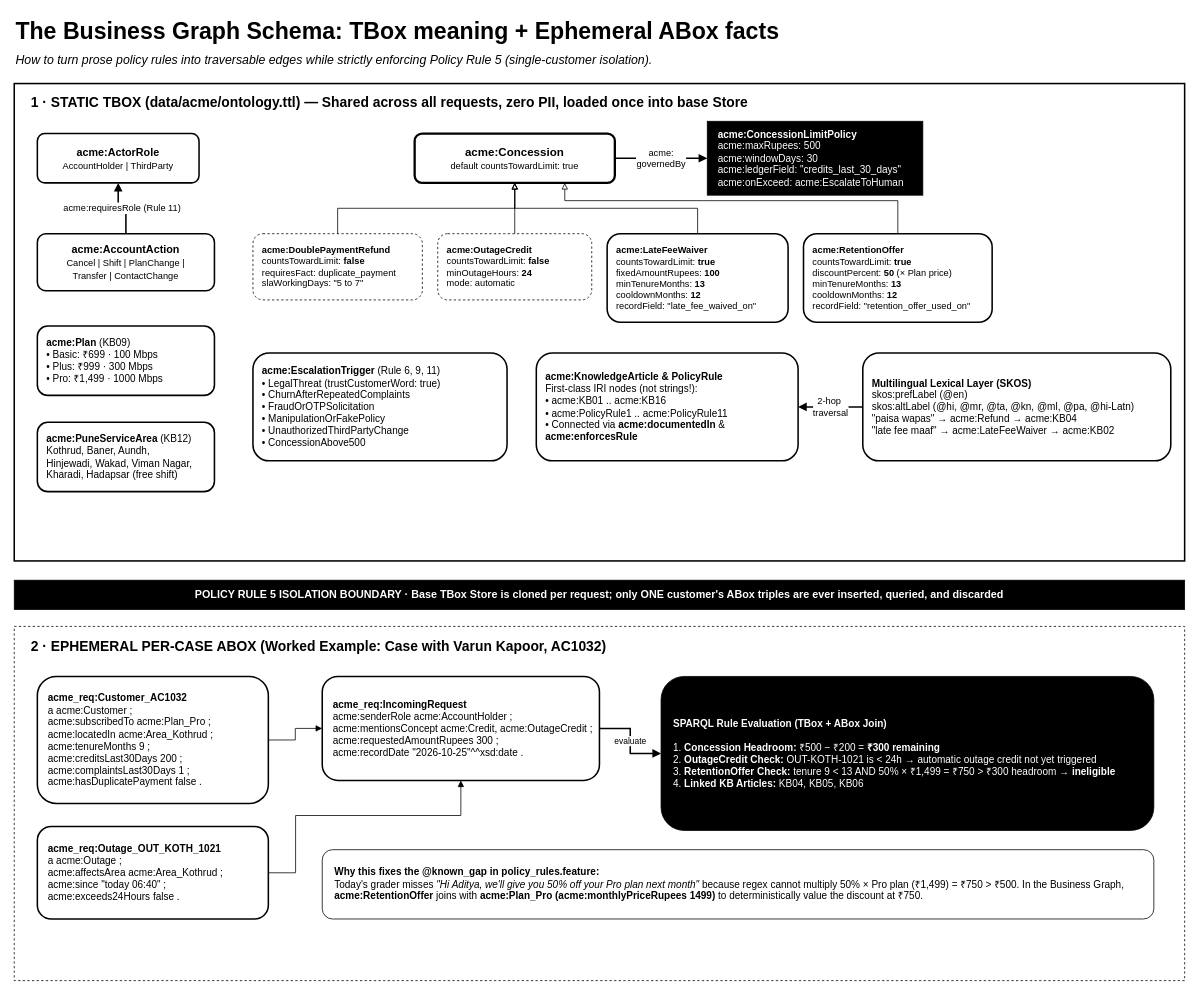
The draw.io diagram page "2 · Business graph schema (as built)" (2 of 5) of fde-first-principles/1-measure-before-you-believe/08-agent-loop-from-scratch/business-graph-engine-plan.drawio in raj-champaneriya-ibm/continuous-learning, before the edit. Source tidied: cells renumbered, new cells numbered last; positions are measured from the earlier drawing's top-left corner, leaving out a move shared by most shapes. Both pictures are drawn from the tidied source at 77%, with x=0, y=0 at pixel (14, 13).
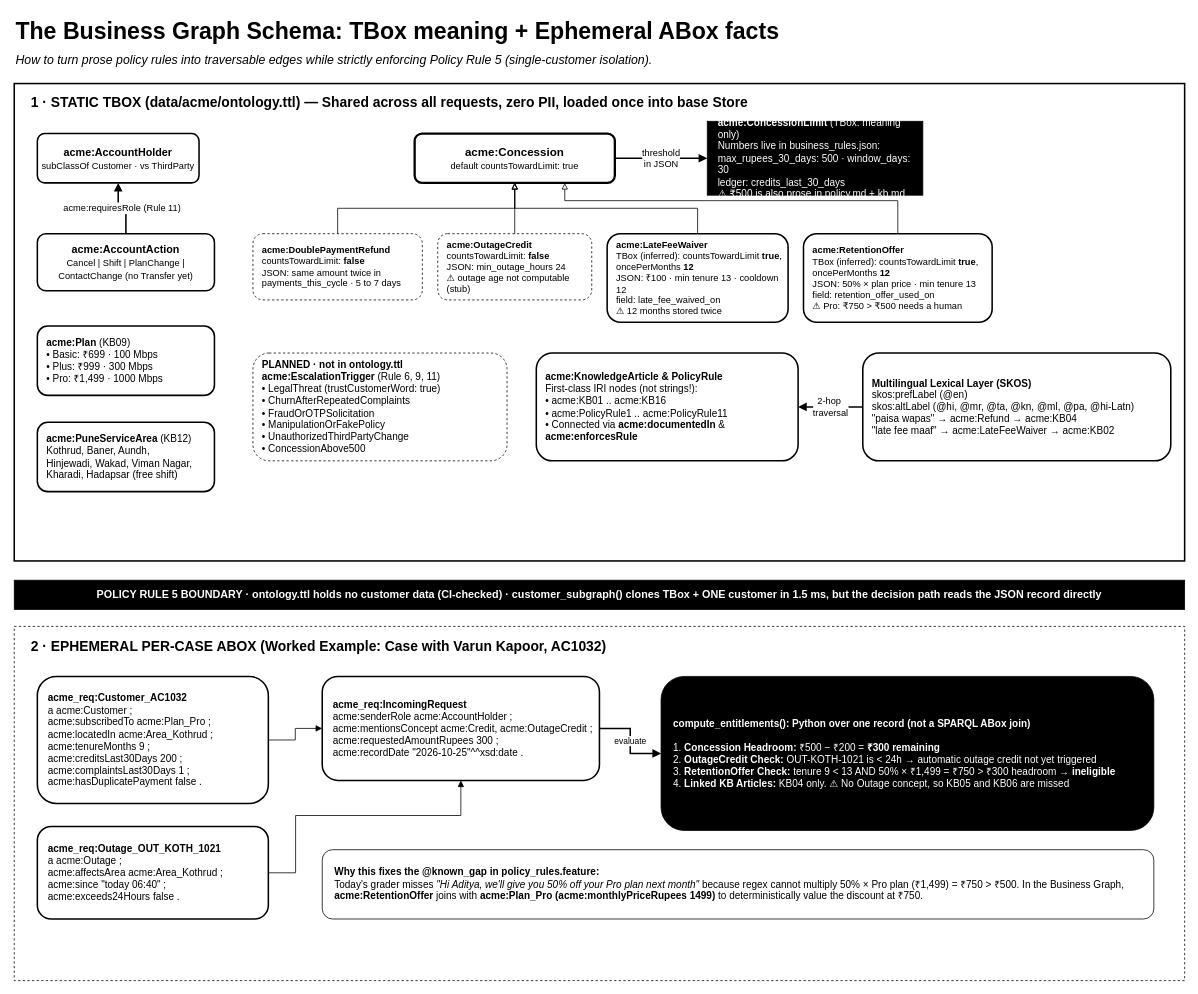
Above is the later version.

Commit message (it also covers changes not shown here):
Refactor policy evaluation logic to improve headroom handling and add double payment refund scenarios

Unchanged cells that the change refers to:
```xml
<mxCell id="11" value="acme:Concession&lt;br&gt;&lt;font style=&quot;font-weight:normal;font-size:12px&quot;&gt;default countsTowardLimit: true&lt;/font&gt;" style="rounded=1;whiteSpace=wrap;html=1;fontFamily=Helvetica;fontSize=15;fontStyle=1;fillColor=#FFFFFF;strokeColor=#000000;strokeWidth=3;fontColor=#000000;" parent="1" vertex="1">
  <mxGeometry x="520" y="156" width="260" height="64" as="geometry" />
</mxCell>
```

Diff of the diagram source:
```diff
@@
-    <mxCell id="6" value="acme:ActorRole&lt;br&gt;&lt;font style=&quot;font-weight:normal;font-size:12px&quot;&gt;AccountHolder | ThirdParty&lt;/font&gt;" style="rounded=1;whiteSpace=wrap;html=1;fontFamily=Helvetica;fontSize=14;fontStyle=1;fillColor=#FFFFFF;strokeColor=#000000;strokeWidth=2;fontColor=#000000;" parent="1" vertex="1">
+    <mxCell id="6" value="acme:AccountHolder&lt;br&gt;&lt;font style=&quot;font-weight:normal;font-size:12px&quot;&gt;subClassOf Customer · vs ThirdParty&lt;/font&gt;" style="rounded=1;whiteSpace=wrap;html=1;fontFamily=Helvetica;fontSize=14;fontStyle=1;fillColor=#FFFFFF;strokeColor=#000000;strokeWidth=2;fontColor=#000000;" parent="1" vertex="1">
       <mxGeometry x="30" y="156" width="210" height="64" as="geometry" />
     </mxCell>
-    <mxCell id="7" value="acme:AccountAction&lt;br&gt;&lt;font style=&quot;font-weight:normal;font-size:12px&quot;&gt;Cancel | Shift | PlanChange |&lt;br&gt;Transfer | ContactChange&lt;/font&gt;" style="rounded=1;whiteSpace=wrap;html=1;fontFamily=Helvetica;fontSize=14;fontStyle=1;fillColor=#FFFFFF;strokeColor=#000000;strokeWidth=2;fontColor=#000000;" parent="1" vertex="1">
+    <mxCell id="7" value="acme:AccountAction&lt;br&gt;&lt;font style=&quot;font-weight:normal;font-size:12px&quot;&gt;Cancel | Shift | PlanChange |&lt;br&gt;ContactChange (no Transfer yet)&lt;/font&gt;" style="rounded=1;whiteSpace=wrap;html=1;fontFamily=Helvetica;fontSize=14;fontStyle=1;fillColor=#FFFFFF;strokeColor=#000000;strokeWidth=2;fontColor=#000000;" parent="1" vertex="1">
       <mxGeometry x="30" y="286" width="230" height="74" as="geometry" />
     </mxCell>
@@
-    <mxCell id="12" value="&lt;b&gt;acme:ConcessionLimitPolicy&lt;/b&gt;&lt;br&gt;acme:maxRupees: 500&lt;br&gt;acme:windowDays: 30&lt;br&gt;acme:ledgerField: &quot;credits_last_30_days&quot;&lt;br&gt;acme:onExceed: acme:EscalateToHuman" style="rounded=0;whiteSpace=wrap;html=1;fontFamily=Helvetica;fontSize=13;fillColor=#000000;strokeColor=#000000;fontColor=#FFFFFF;align=left;spacingLeft=12;" parent="1" vertex="1">
+    <mxCell id="12" value="&lt;b&gt;acme:ConcessionLimit&lt;/b&gt; (TBox: meaning only)&lt;br&gt;Numbers live in business_rules.json:&lt;br&gt;max_rupees_30_days: 500 · window_days: 30&lt;br&gt;ledger: credits_last_30_days&lt;br&gt;⚠ ₹500 is also prose in policy.md + kb.md" style="rounded=0;whiteSpace=wrap;html=1;fontFamily=Helvetica;fontSize=13;fillColor=#000000;strokeColor=#000000;fontColor=#FFFFFF;align=left;spacingLeft=12;" parent="1" vertex="1">
       <mxGeometry x="900" y="140" width="280" height="96" as="geometry" />
     </mxCell>
-    <mxCell id="13" value="acme:&lt;div&gt;governedBy&lt;/div&gt;" style="edgeStyle=orthogonalEdgeStyle;rounded=0;html=1;strokeColor=#000000;strokeWidth=2;endArrow=block;endFill=1;fontFamily=Helvetica;fontSize=12;labelBackgroundColor=#FFFFFF;" parent="1" edge="1" source="11" target="12">
+    <mxCell id="13" value="threshold&lt;div&gt;in JSON&lt;/div&gt;" style="edgeStyle=orthogonalEdgeStyle;rounded=0;html=1;strokeColor=#000000;strokeWidth=2;endArrow=block;endFill=1;fontFamily=Helvetica;fontSize=12;labelBackgroundColor=#FFFFFF;" parent="1" edge="1" source="11" target="12">
       <mxGeometry relative="1" as="geometry" />
     </mxCell>
-    <mxCell id="14" value="&lt;b&gt;acme:DoublePaymentRefund&lt;/b&gt;&lt;br&gt;countsTowardLimit: &lt;b&gt;false&lt;/b&gt;&lt;br&gt;requiresFact: duplicate_payment&lt;br&gt;slaWorkingDays: &quot;5 to 7&quot;" style="rounded=1;whiteSpace=wrap;html=1;fontFamily=Helvetica;fontSize=12;fillColor=#FFFFFF;strokeColor=#000000;dashed=1;fontColor=#000000;align=left;spacingLeft=10;" parent="1" vertex="1">
+    <mxCell id="14" value="&lt;b&gt;acme:DoublePaymentRefund&lt;/b&gt;&lt;br&gt;countsTowardLimit: &lt;b&gt;false&lt;/b&gt;&lt;br&gt;JSON: same amount twice in&lt;br&gt;payments_this_cycle · 5 to 7 days" style="rounded=1;whiteSpace=wrap;html=1;fontFamily=Helvetica;fontSize=12;fillColor=#FFFFFF;strokeColor=#000000;dashed=1;fontColor=#000000;align=left;spacingLeft=10;" parent="1" vertex="1">
       <mxGeometry x="310" y="286" width="220" height="86" as="geometry" />
     </mxCell>
-    <mxCell id="15" value="&lt;b&gt;acme:OutageCredit&lt;/b&gt;&lt;br&gt;countsTowardLimit: &lt;b&gt;false&lt;/b&gt;&lt;br&gt;minOutageHours: &lt;b&gt;24&lt;/b&gt;&lt;br&gt;mode: automatic" style="rounded=1;whiteSpace=wrap;html=1;fontFamily=Helvetica;fontSize=12;fillColor=#FFFFFF;strokeColor=#000000;dashed=1;fontColor=#000000;align=left;spacingLeft=10;" parent="1" vertex="1">
+    <mxCell id="15" value="&lt;b&gt;acme:OutageCredit&lt;/b&gt;&lt;br&gt;countsTowardLimit: &lt;b&gt;false&lt;/b&gt;&lt;br&gt;JSON: min_outage_hours 24&lt;br&gt;⚠ outage age not computable (stub)" style="rounded=1;whiteSpace=wrap;html=1;fontFamily=Helvetica;fontSize=12;fillColor=#FFFFFF;strokeColor=#000000;dashed=1;fontColor=#000000;align=left;spacingLeft=10;" parent="1" vertex="1">
       <mxGeometry x="550" y="286" width="200" height="86" as="geometry" />
     </mxCell>
-    <mxCell id="16" value="&lt;b&gt;acme:LateFeeWaiver&lt;/b&gt;&lt;br&gt;countsTowardLimit: &lt;b&gt;true&lt;/b&gt;&lt;br&gt;fixedAmountRupees: &lt;b&gt;100&lt;/b&gt;&lt;br&gt;minTenureMonths: &lt;b&gt;13&lt;/b&gt;&lt;br&gt;cooldownMonths: &lt;b&gt;12&lt;/b&gt;&lt;br&gt;recordField: &quot;late_fee_waived_on&quot;" style="rounded=1;whiteSpace=wrap;html=1;fontFamily=Helvetica;fontSize=12;fillColor=#FFFFFF;strokeColor=#000000;strokeWidth=2;fontColor=#000000;align=left;spacingLeft=10;" parent="1" vertex="1">
+    <mxCell id="16" value="&lt;b&gt;acme:LateFeeWaiver&lt;/b&gt;&lt;br&gt;TBox (inferred): countsTowardLimit &lt;b&gt;true&lt;/b&gt;, oncePerMonths &lt;b&gt;12&lt;/b&gt;&lt;br&gt;JSON: ₹100 · min tenure 13 · cooldown 12&lt;br&gt;field: late_fee_waived_on&lt;br&gt;⚠ 12 months stored twice" style="rounded=1;whiteSpace=wrap;html=1;fontFamily=Helvetica;fontSize=12;fillColor=#FFFFFF;strokeColor=#000000;strokeWidth=2;fontColor=#000000;align=left;spacingLeft=10;" parent="1" vertex="1">
       <mxGeometry x="770" y="286" width="235" height="115" as="geometry" />
     </mxCell>
-    <mxCell id="17" value="&lt;b&gt;acme:RetentionOffer&lt;/b&gt;&lt;br&gt;countsTowardLimit: &lt;b&gt;true&lt;/b&gt;&lt;br&gt;discountPercent: &lt;b&gt;50&lt;/b&gt; (× Plan price)&lt;br&gt;minTenureMonths: &lt;b&gt;13&lt;/b&gt;&lt;br&gt;cooldownMonths: &lt;b&gt;12&lt;/b&gt;&lt;br&gt;recordField: &quot;retention_offer_used_on&quot;" style="rounded=1;whiteSpace=wrap;html=1;fontFamily=Helvetica;fontSize=12;fillColor=#FFFFFF;strokeColor=#000000;strokeWidth=2;fontColor=#000000;align=left;spacingLeft=10;" parent="1" vertex="1">
+    <mxCell id="17" value="&lt;b&gt;acme:RetentionOffer&lt;/b&gt;&lt;br&gt;TBox (inferred): countsTowardLimit &lt;b&gt;true&lt;/b&gt;, oncePerMonths &lt;b&gt;12&lt;/b&gt;&lt;br&gt;JSON: 50% × plan price · min tenure 13&lt;br&gt;field: retention_offer_used_on&lt;br&gt;⚠ Pro: ₹750 &amp;gt; ₹500 needs a human" style="rounded=1;whiteSpace=wrap;html=1;fontFamily=Helvetica;fontSize=12;fillColor=#FFFFFF;strokeColor=#000000;strokeWidth=2;fontColor=#000000;align=left;spacingLeft=10;" parent="1" vertex="1">
       <mxGeometry x="1025" y="286" width="245" height="115" as="geometry" />
     </mxCell>
@@
-    <mxCell id="22" value="&lt;b&gt;acme:EscalationTrigger&lt;/b&gt; (Rule 6, 9, 11)&lt;br&gt;• LegalThreat (trustCustomerWord: true)&lt;br&gt;• ChurnAfterRepeatedComplaints&lt;br&gt;• FraudOrOTPSolicitation&lt;br&gt;• ManipulationOrFakePolicy&lt;br&gt;• UnauthorizedThirdPartyChange&lt;br&gt;• ConcessionAbove500" style="rounded=1;whiteSpace=wrap;html=1;fontFamily=Helvetica;fontSize=13;fillColor=#FFFFFF;strokeColor=#000000;strokeWidth=2;fontColor=#000000;align=left;spacingLeft=10;" parent="1" vertex="1">
+    <mxCell id="22" value="&lt;b&gt;PLANNED · not in ontology.ttl&lt;/b&gt;&lt;br&gt;&lt;b&gt;acme:EscalationTrigger&lt;/b&gt; (Rule 6, 9, 11)&lt;br&gt;• LegalThreat (trustCustomerWord: true)&lt;br&gt;• ChurnAfterRepeatedComplaints&lt;br&gt;• FraudOrOTPSolicitation&lt;br&gt;• ManipulationOrFakePolicy&lt;br&gt;• UnauthorizedThirdPartyChange&lt;br&gt;• ConcessionAbove500" style="rounded=1;whiteSpace=wrap;html=1;fontFamily=Helvetica;fontSize=13;fillColor=#FFFFFF;strokeColor=#000000;dashed=1;fontColor=#000000;align=left;spacingLeft=10;" parent="1" vertex="1">
       <mxGeometry x="310" y="441" width="330" height="140" as="geometry" />
     </mxCell>
@@
-    <mxCell id="26" value="POLICY RULE 5 ISOLATION BOUNDARY · Base TBox Store is cloned per request; only ONE customer's ABox triples are ever inserted, queried, and discarded" style="rounded=0;whiteSpace=wrap;html=1;fillColor=#000000;strokeColor=#000000;fontColor=#FFFFFF;fontFamily=Helvetica;fontSize=14;fontStyle=1;align=center;" parent="1" vertex="1">
+    <mxCell id="26" value="POLICY RULE 5 BOUNDARY · ontology.ttl holds no customer data (CI-checked) · customer_subgraph() clones TBox + ONE customer in 1.5 ms, but the decision path reads the JSON record directly" style="rounded=0;whiteSpace=wrap;html=1;fillColor=#000000;strokeColor=#000000;fontColor=#FFFFFF;fontFamily=Helvetica;fontSize=14;fontStyle=1;align=center;" parent="1" vertex="1">
       <mxGeometry y="736" width="1520" height="38" as="geometry" />
     </mxCell>
@@
-    <mxCell id="32" value="&lt;b&gt;SPARQL Rule Evaluation (TBox + ABox Join)&lt;/b&gt;&lt;br&gt;&lt;br&gt;1. &lt;b&gt;Concession Headroom:&lt;/b&gt; ₹500 − ₹200 = &lt;b&gt;₹300 remaining&lt;/b&gt;&lt;br&gt;2. &lt;b&gt;OutageCredit Check:&lt;/b&gt; OUT-KOTH-1021 is &amp;lt; 24h → automatic outage credit not yet triggered&lt;br&gt;3. &lt;b&gt;RetentionOffer Check:&lt;/b&gt; tenure 9 &amp;lt; 13 AND 50% × ₹1,499 = ₹750 &amp;gt; ₹300 headroom → &lt;b&gt;ineligible&lt;/b&gt;&lt;br&gt;4. &lt;b&gt;Linked KB Articles:&lt;/b&gt; KB04, KB05, KB06" style="rounded=1;whiteSpace=wrap;html=1;fontFamily=Helvetica;fontSize=13;fillColor=#000000;strokeColor=#000000;fontColor=#FFFFFF;align=left;spacingLeft=14;" parent="1" vertex="1">
+    <mxCell id="32" value="&lt;b&gt;compute_entitlements(): Python over one record (not a SPARQL ABox join)&lt;/b&gt;&lt;br&gt;&lt;br&gt;1. &lt;b&gt;Concession Headroom:&lt;/b&gt; ₹500 − ₹200 = &lt;b&gt;₹300 remaining&lt;/b&gt;&lt;br&gt;2. &lt;b&gt;OutageCredit Check:&lt;/b&gt; OUT-KOTH-1021 is &amp;lt; 24h → automatic outage credit not yet triggered&lt;br&gt;3. &lt;b&gt;RetentionOffer Check:&lt;/b&gt; tenure 9 &amp;lt; 13 AND 50% × ₹1,499 = ₹750 &amp;gt; ₹300 headroom → &lt;b&gt;ineligible&lt;/b&gt;&lt;br&gt;4. &lt;b&gt;Linked KB Articles:&lt;/b&gt; KB04 only. ⚠ No Outage concept, so KB05 and KB06 are missed" style="rounded=1;whiteSpace=wrap;html=1;fontFamily=Helvetica;fontSize=13;fillColor=#000000;strokeColor=#000000;fontColor=#FFFFFF;align=left;spacingLeft=14;" parent="1" vertex="1">
       <mxGeometry x="840" y="861" width="640" height="200" as="geometry" />
     </mxCell>
```
